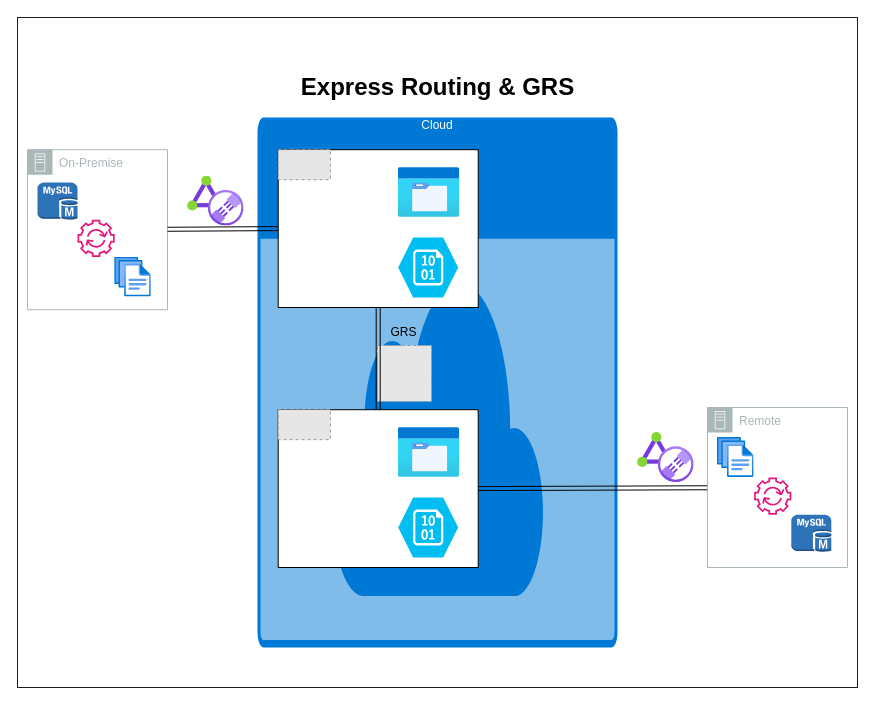
Earlier version of the draw.io diagram ExpressRoutingANDGRS.drawio (tenshinouta1979/MySQLSolution). Source tidied: cells renumbered, new cells numbered last; positions are measured from the earlier drawing's top-left corner, leaving out a move shared by most shapes. Both pictures are drawn from the tidied source at 100%, with x=0, y=0 at pixel (17, 17). Pictures stored in the file or linked from it are replaced by grey dashed boxes.
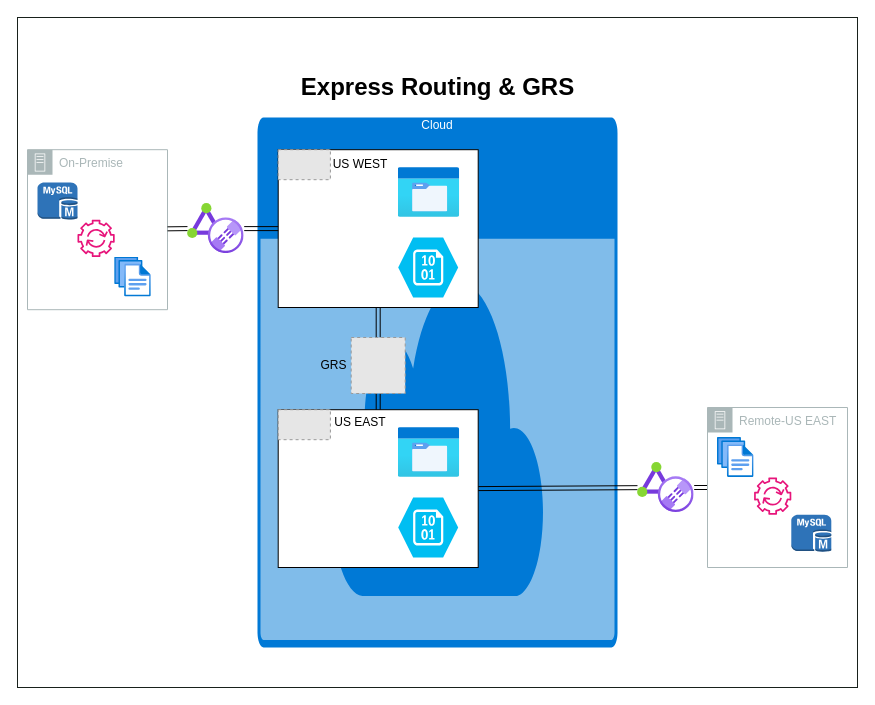
The same page after the edit.

The change refers to these unchanged cells:
```xml
<mxCell id="3" value="On-Premise" style="sketch=0;outlineConnect=0;gradientColor=none;html=1;whiteSpace=wrap;fontSize=12;fontStyle=0;shape=mxgraph.aws4.group;grIcon=mxgraph.aws4.group_on_premise;strokeColor=#AAB7B8;fillColor=none;verticalAlign=top;align=left;spacingLeft=30;fontColor=#AAB7B8;dashed=0;" parent="1" vertex="1">
  <mxGeometry x="10" y="132.2" width="140" height="160" as="geometry" />
</mxCell>
<mxCell id="16" style="rounded=0;whiteSpace=wrap;html=1;" parent="1" vertex="1">
  <mxGeometry x="260.7" y="132.2" width="200" height="157.8" as="geometry" />
</mxCell>
<mxCell id="22" style="rounded=0;whiteSpace=wrap;html=1;" parent="1" vertex="1">
  <mxGeometry x="260.7" y="392.2" width="200" height="157.8" as="geometry" />
</mxCell>
```

Diff of the diagram source:
```diff
@@
-    <mxCell id="7" style="image;html=1;points=[];align=center;fontSize=12;image=img/lib/azure2/other/ExpressRoute_Direct.svg;" parent="1" vertex="1">
-      <mxGeometry x="170" y="158.6" width="56.7" height="50" as="geometry" />
-    </mxCell>
@@
-    <mxCell id="9" style="image;html=1;points=[];align=center;fontSize=12;image=img/lib/azure2/other/ExpressRoute_Direct.svg;" parent="1" vertex="1">
-      <mxGeometry x="620" y="415" width="56.7" height="50" as="geometry" />
-    </mxCell>
-    <mxCell id="10" style="shape=link;html=1;rounded=0;exitX=1;exitY=0.5;exitDx=0;exitDy=0;" parent="1" edge="1" source="22" target="11">
+    <mxCell id="10" style="shape=link;html=1;rounded=0;exitX=1;exitY=0.5;exitDx=0;exitDy=0;" parent="1" edge="1" source="9" target="11">
       <mxGeometry relative="1" as="geometry" />
     </mxCell>
-    <mxCell id="11" value="Remote" style="sketch=0;outlineConnect=0;gradientColor=none;html=1;whiteSpace=wrap;fontSize=12;fontStyle=0;shape=mxgraph.aws4.group;grIcon=mxgraph.aws4.group_on_premise;strokeColor=#AAB7B8;fillColor=none;verticalAlign=top;align=left;spacingLeft=30;fontColor=#AAB7B8;dashed=0;" parent="1" vertex="1">
+    <mxCell id="11" value="Remote-US EAST" style="sketch=0;outlineConnect=0;gradientColor=none;html=1;whiteSpace=wrap;fontSize=12;fontStyle=0;shape=mxgraph.aws4.group;grIcon=mxgraph.aws4.group_on_premise;strokeColor=#AAB7B8;fillColor=none;verticalAlign=top;align=left;spacingLeft=30;fontColor=#AAB7B8;dashed=0;" parent="1" vertex="1">
       <mxGeometry x="690" y="390" width="140" height="160" as="geometry" />
     </mxCell>
@@
-    <mxCell id="17" style="fillColor=#E6E6E6;strokeColor=#999999;dashed=1;verticalLabelPosition=bottom;labelBackgroundColor=#ffffff;verticalAlign=top;" parent="1" vertex="1">
-      <mxGeometry x="360" y="328" width="54" height="56" as="geometry" />
-    </mxCell>
     <mxCell id="18" value="GRS" style="text;html=1;align=center;verticalAlign=middle;whiteSpace=wrap;rounded=0;" parent="1" vertex="1">
-      <mxGeometry x="360" y="290" width="52.9" height="50.4" as="geometry" />
+      <mxGeometry x="290" y="322.8" width="52.9" height="50.4" as="geometry" />
     </mxCell>
@@
-    <mxCell id="26" style="shape=link;html=1;rounded=0;entryX=0.5;entryY=1;entryDx=0;entryDy=0;exitX=0.5;exitY=0;exitDx=0;exitDy=0;" parent="1" edge="1" source="22" target="16">
+    <mxCell id="26" style="shape=link;html=1;rounded=0;entryX=0.5;entryY=1;entryDx=0;entryDy=0;exitX=0.5;exitY=0;exitDx=0;exitDy=0;" parent="1" edge="1" source="17" target="16">
       <mxGeometry relative="1" as="geometry" />
     </mxCell>
-    <mxCell id="27" style="shape=link;html=1;rounded=0;entryX=0;entryY=0.5;entryDx=0;entryDy=0;" parent="1" edge="1" source="3" target="16">
+    <mxCell id="27" style="shape=link;html=1;rounded=0;entryX=0;entryY=0.5;entryDx=0;entryDy=0;" parent="1" edge="1" source="7" target="16">
       <mxGeometry relative="1" as="geometry" />
     </mxCell>
+    <mxCell id="28" value="US WEST" style="text;html=1;align=center;verticalAlign=middle;whiteSpace=wrap;rounded=0;" parent="1" vertex="1">
+      <mxGeometry x="312.9" y="132.2" width="60" height="30" as="geometry" />
+    </mxCell>
+    <mxCell id="29" value="US EAST" style="text;html=1;align=center;verticalAlign=middle;whiteSpace=wrap;rounded=0;" parent="1" vertex="1">
+      <mxGeometry x="312.9" y="390" width="60" height="30" as="geometry" />
+    </mxCell>
+    <mxCell id="30" style="shape=link;html=1;rounded=0;entryX=0.5;entryY=1;entryDx=0;entryDy=0;exitX=0.5;exitY=0;exitDx=0;exitDy=0;" parent="1" edge="1" source="22" target="17">
+      <mxGeometry relative="1" as="geometry" />
+    </mxCell>
+    <mxCell id="17" style="fillColor=#E6E6E6;strokeColor=#999999;dashed=1;verticalLabelPosition=bottom;labelBackgroundColor=#ffffff;verticalAlign=top;" parent="1" vertex="1">
+      <mxGeometry x="333.7" y="320" width="54" height="56" as="geometry" />
+    </mxCell>
+    <mxCell id="31" style="shape=link;html=1;rounded=0;entryX=0;entryY=0.5;entryDx=0;entryDy=0;" parent="1" edge="1" source="3" target="7">
+      <mxGeometry relative="1" as="geometry" />
+    </mxCell>
+    <mxCell id="7" style="image;html=1;points=[];align=center;fontSize=12;image=img/lib/azure2/other/ExpressRoute_Direct.svg;" parent="1" vertex="1">
+      <mxGeometry x="170" y="186.1" width="56.7" height="50" as="geometry" />
+    </mxCell>
+    <mxCell id="32" style="shape=link;html=1;rounded=0;exitX=1;exitY=0.5;exitDx=0;exitDy=0;" parent="1" edge="1" source="22" target="9">
+      <mxGeometry relative="1" as="geometry" />
+    </mxCell>
+    <mxCell id="9" style="image;html=1;points=[];align=center;fontSize=12;image=img/lib/azure2/other/ExpressRoute_Direct.svg;" parent="1" vertex="1">
+      <mxGeometry x="620" y="445" width="56.7" height="50" as="geometry" />
+    </mxCell>
```
